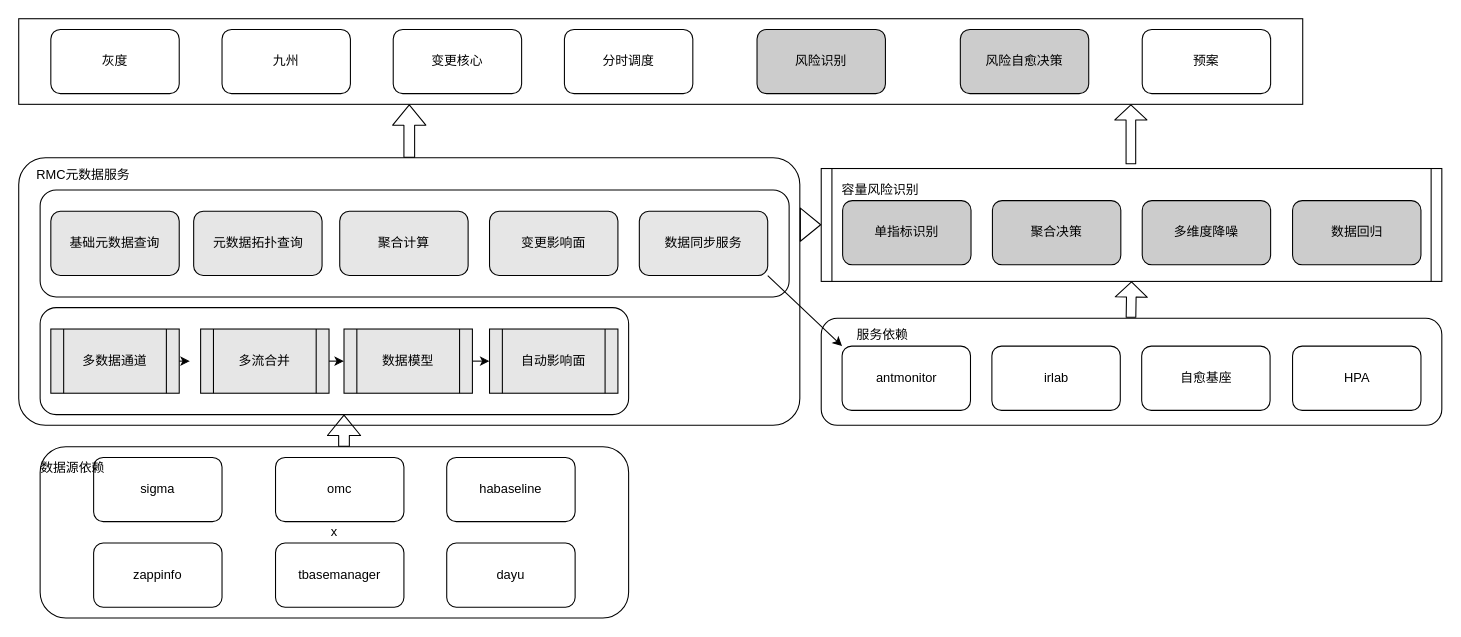
The draw.io diagram 蚂蚁金服/容量风险识别&RMC业务散点图.drawio in frankneu/draw.io, before the edit. Source tidied: cells renumbered, new cells numbered last; positions are measured from the earlier drawing's top-left corner, leaving out a move shared by most shapes. Both pictures are drawn from the tidied source at 107%, with x=0, y=0 at pixel (18, 18).
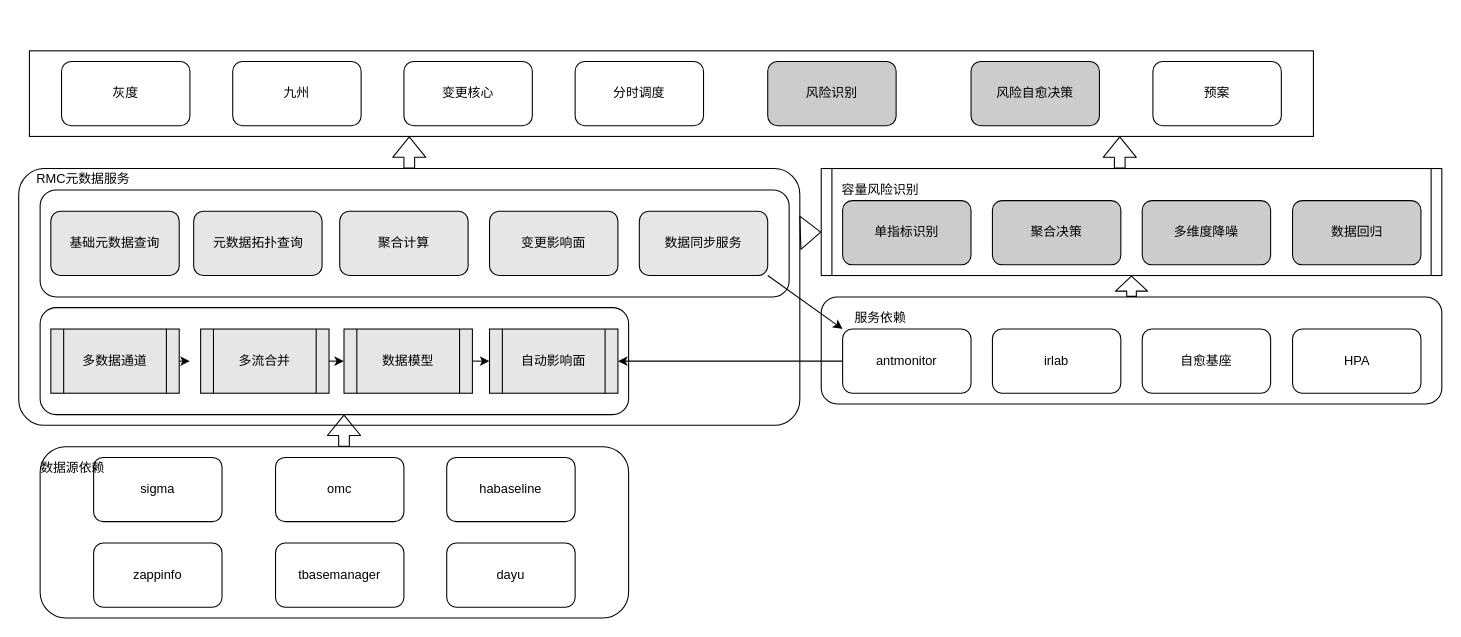
Above is the later version.

Commit message:
Update 容量风险识别&RMC业务散点图.drawio

The change refers to these unchanged cells:
```xml
<mxCell id="30" value="自动影响面" style="shape=process;whiteSpace=wrap;html=1;backgroundOutline=1;fillColor=#E6E6E6;" parent="1" vertex="1">
  <mxGeometry x="440" y="290" width="120" height="60" as="geometry" />
</mxCell>
```

What changed in the source:
```diff
@@
+    <mxCell id="36" style="rounded=1;whiteSpace=wrap;html=1;fillColor=none;" parent="1" vertex="1">
+      <mxGeometry x="20" y="270" width="550" height="100" as="geometry" />
+    </mxCell>
     <mxCell id="2" style="rounded=1;whiteSpace=wrap;html=1;fillColor=none;" parent="1" vertex="1">
-      <mxGeometry x="750" y="280" width="580" height="100" as="geometry" />
+      <mxGeometry x="750" y="260" width="580" height="100" as="geometry" />
     </mxCell>
     <mxCell id="3" style="rounded=0;whiteSpace=wrap;html=1;fillColor=none;" parent="1" vertex="1">
-      <mxGeometry width="1200" height="80" as="geometry" />
+      <mxGeometry x="10" y="30" width="1200" height="80" as="geometry" />
     </mxCell>
@@
     <mxCell id="5" style="rounded=1;whiteSpace=wrap;html=1;fillColor=none;arcSize=10;" parent="1" vertex="1">
-      <mxGeometry y="130" width="730" height="250" as="geometry" />
+      <mxGeometry y="140" width="730" height="240" as="geometry" />
     </mxCell>
@@
     <mxCell id="8" value="风险识别" style="rounded=1;whiteSpace=wrap;html=1;fillColor=#CCCCCC;" parent="1" vertex="1">
-      <mxGeometry x="690" y="10" width="120" height="60" as="geometry" />
+      <mxGeometry x="700" y="40" width="120" height="60" as="geometry" />
     </mxCell>
     <mxCell id="9" value="风险自愈决策" style="rounded=1;whiteSpace=wrap;html=1;fillColor=#CCCCCC;" parent="1" vertex="1">
-      <mxGeometry x="880" y="10" width="120" height="60" as="geometry" />
+      <mxGeometry x="890" y="40" width="120" height="60" as="geometry" />
     </mxCell>
     <mxCell id="10" value="九州" style="rounded=1;whiteSpace=wrap;html=1;fillColor=none;" parent="1" vertex="1">
-      <mxGeometry x="190" y="10" width="120" height="60" as="geometry" />
+      <mxGeometry x="200" y="40" width="120" height="60" as="geometry" />
     </mxCell>
     <mxCell id="11" value="变更核心" style="rounded=1;whiteSpace=wrap;html=1;fillColor=none;" parent="1" vertex="1">
-      <mxGeometry x="350" y="10" width="120" height="60" as="geometry" />
+      <mxGeometry x="360" y="40" width="120" height="60" as="geometry" />
     </mxCell>
@@
     <mxCell id="13" value="灰度" style="rounded=1;whiteSpace=wrap;html=1;fillColor=none;" parent="1" vertex="1">
-      <mxGeometry x="30" y="10" width="120" height="60" as="geometry" />
+      <mxGeometry x="40" y="40" width="120" height="60" as="geometry" />
     </mxCell>
     <mxCell id="14" value="分时调度" style="rounded=1;whiteSpace=wrap;html=1;fillColor=none;" parent="1" vertex="1">
-      <mxGeometry x="510" y="10" width="120" height="60" as="geometry" />
+      <mxGeometry x="520" y="40" width="120" height="60" as="geometry" />
     </mxCell>
     <mxCell id="15" value="预案" style="rounded=1;whiteSpace=wrap;html=1;fillColor=none;" parent="1" vertex="1">
-      <mxGeometry x="1050" y="10" width="120" height="60" as="geometry" />
+      <mxGeometry x="1060" y="40" width="120" height="60" as="geometry" />
     </mxCell>
@@
+    <mxCell id="52" style="edgeStyle=orthogonalEdgeStyle;rounded=0;jettySize=auto;html=1;exitX=0;exitY=0.5;exitDx=0;exitDy=0;entryX=1;entryY=0.5;entryDx=0;entryDy=0;" parent="1" edge="1" source="26" target="30">
+      <mxGeometry relative="1" as="geometry" />
+    </mxCell>
     <mxCell id="26" value="antmonitor" style="rounded=1;whiteSpace=wrap;html=1;fillColor=none;" parent="1" vertex="1">
-      <mxGeometry x="769.5" y="306" width="120" height="60" as="geometry" />
+      <mxGeometry x="770" y="290" width="120" height="60" as="geometry" />
     </mxCell>
@@
     <mxCell id="33" value="HPA" style="rounded=1;whiteSpace=wrap;html=1;fillColor=none;" parent="1" vertex="1">
-      <mxGeometry x="1190.5" y="306" width="120" height="60" as="geometry" />
+      <mxGeometry x="1190.5" y="290" width="120" height="60" as="geometry" />
     </mxCell>
     <mxCell id="34" value="自愈基座" style="rounded=1;whiteSpace=wrap;html=1;fillColor=none;" parent="1" vertex="1">
-      <mxGeometry x="1049.5" y="306" width="120" height="60" as="geometry" />
+      <mxGeometry x="1050" y="290" width="120" height="60" as="geometry" />
     </mxCell>
-    <mxCell id="35" value="x" style="rounded=1;whiteSpace=wrap;html=1;fillColor=none;" parent="1" vertex="1">
+    <mxCell id="35" style="rounded=1;whiteSpace=wrap;html=1;fillColor=none;" parent="1" vertex="1">
       <mxGeometry x="20" y="400" width="550" height="160" as="geometry" />
     </mxCell>
-    <mxCell id="36" style="rounded=1;whiteSpace=wrap;html=1;fillColor=none;" parent="1" vertex="1">
-      <mxGeometry x="20" y="270" width="550" height="100" as="geometry" />
-    </mxCell>
     <mxCell id="37" value="irlab" style="rounded=1;whiteSpace=wrap;html=1;fillColor=none;" parent="1" vertex="1">
-      <mxGeometry x="909.5" y="306" width="120" height="60" as="geometry" />
+      <mxGeometry x="910" y="290" width="120" height="60" as="geometry" />
     </mxCell>
@@
     <mxCell id="40" style="shape=flexArrow;endArrow=classic;html=1;exitX=0.5;exitY=0;exitDx=0;exitDy=0;" parent="1" edge="1" source="5">
       <mxGeometry relative="1" as="geometry">
-        <mxPoint x="365" y="80" as="targetPoint" />
+        <mxPoint x="365" y="110" as="targetPoint" />
       </mxGeometry>
     </mxCell>
@@
     <mxCell id="43" style="shape=process;whiteSpace=wrap;html=1;backgroundOutline=1;fillColor=none;size=0.016666666666666666;" parent="1" vertex="1">
-      <mxGeometry x="750" y="140" width="580" height="105.5" as="geometry" />
+      <mxGeometry x="750" y="140" width="580" height="100" as="geometry" />
     </mxCell>
@@
     <mxCell id="45" value="RMC元数据服务" style="text;html=1;align=center;verticalAlign=middle;" parent="1" vertex="1">
-      <mxGeometry x="10" y="136" width="100" height="20" as="geometry" />
+      <mxGeometry x="10" y="140" width="100" height="20" as="geometry" />
     </mxCell>
-    <mxCell id="46" style="shape=flexArrow;endArrow=classic;html=1;exitX=0.5;exitY=0;exitDx=0;exitDy=0;width=9;endSize=4.37;entryX=0.5;entryY=1;entryDx=0;entryDy=0;" parent="1" edge="1" target="43">
+    <mxCell id="46" style="shape=flexArrow;endArrow=classic;html=1;width=9;endSize=4.37;entryX=0.5;entryY=1;entryDx=0;entryDy=0;" parent="1" edge="1" target="43">
       <mxGeometry relative="1" as="geometry">
-        <mxPoint x="1039.5" y="279.5" as="sourcePoint" />
+        <mxPoint x="1040" y="260" as="sourcePoint" />
       </mxGeometry>
     </mxCell>
@@
     <mxCell id="48" value="服务依赖" style="text;html=1;align=center;verticalAlign=middle;fillColor=none;" parent="1" vertex="1">
-      <mxGeometry x="777" y="286" width="60" height="20" as="geometry" />
+      <mxGeometry x="775" y="270" width="60" height="20" as="geometry" />
     </mxCell>
@@
-    <mxCell id="51" style="shape=flexArrow;endArrow=classic;html=1;width=9;endSize=4.37;" parent="1" edge="1">
-      <mxGeometry relative="1" as="geometry">
-        <mxPoint x="1039.4" y="136" as="sourcePoint" />
-        <mxPoint x="1039.4" y="80" as="targetPoint" />
-      </mxGeometry>
-    </mxCell>
+    <mxCell id="53" style="shape=flexArrow;endArrow=classic;html=1;exitX=0.5;exitY=0;exitDx=0;exitDy=0;" parent="1" edge="1">
+      <mxGeometry relative="1" as="geometry">
+        <mxPoint x="1029" y="140" as="sourcePoint" />
+        <mxPoint x="1029" y="110" as="targetPoint" />
+      </mxGeometry>
+    </mxCell>
```
